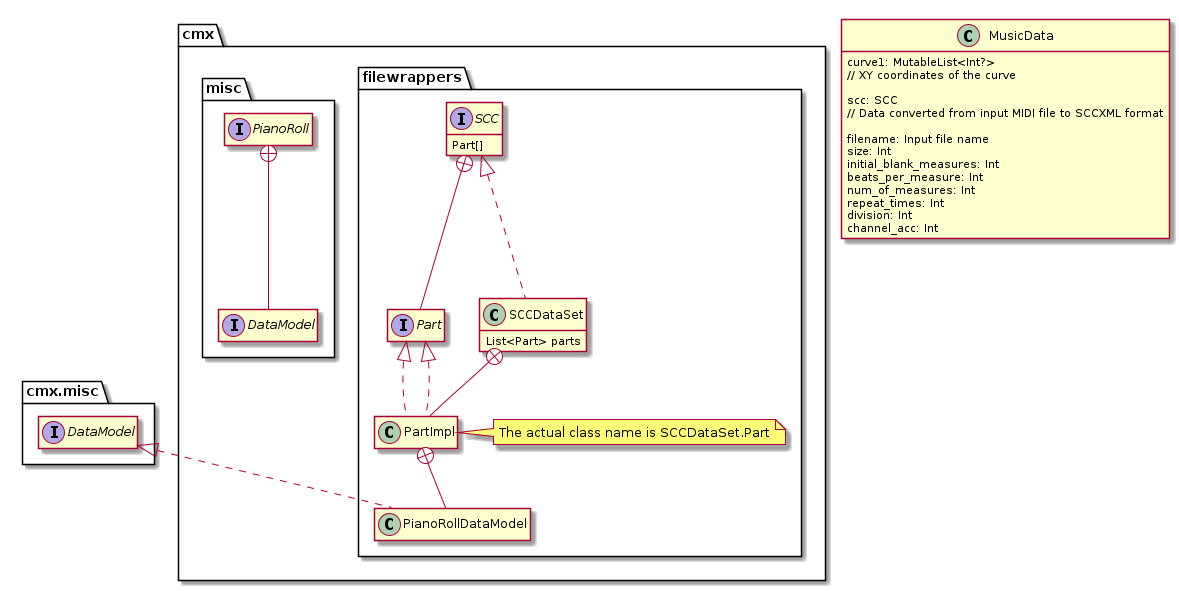
Before: diagrams/test3.png, a diagram exported from PlantUML (fujiij/plantuml).
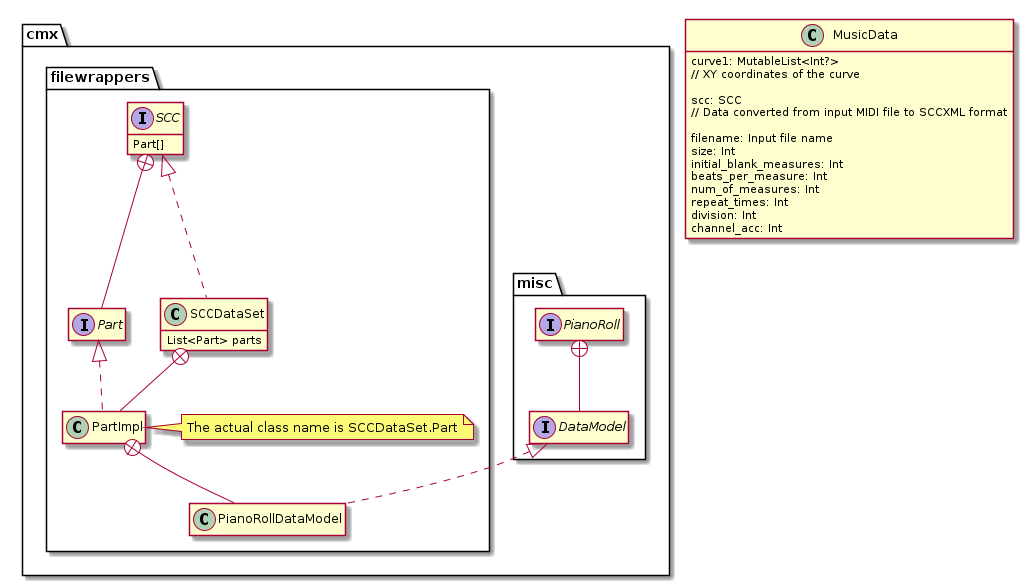
After the change.

Commit message:
Auto-generate PlantUML diagrams

What changed in the source:
```diff
@@ -19,6 +19,12 @@
 }
 
 package "cmx" {
+    package "misc" {
+        interface PianoRoll {
+        }
+        interface DataModel
+        PianoRoll +-- DataModel
+    }
     package "filewrappers" {
         interface SCC {
             Part[]
@@ -34,15 +40,8 @@
             The actual class name is SCCDataSet.Part
         end note
 
-        class PianoRollDataModel implements cmx.misc.DataModel
-        class PartImpl implements Part
+        class PianoRollDataModel implements DataModel
         PartImpl +-- PianoRollDataModel
-    }
-    package "misc" {
-        interface PianoRoll {
-        }
-        interface DataModel
-        PianoRoll +-- DataModel
     }
 }
 
```
